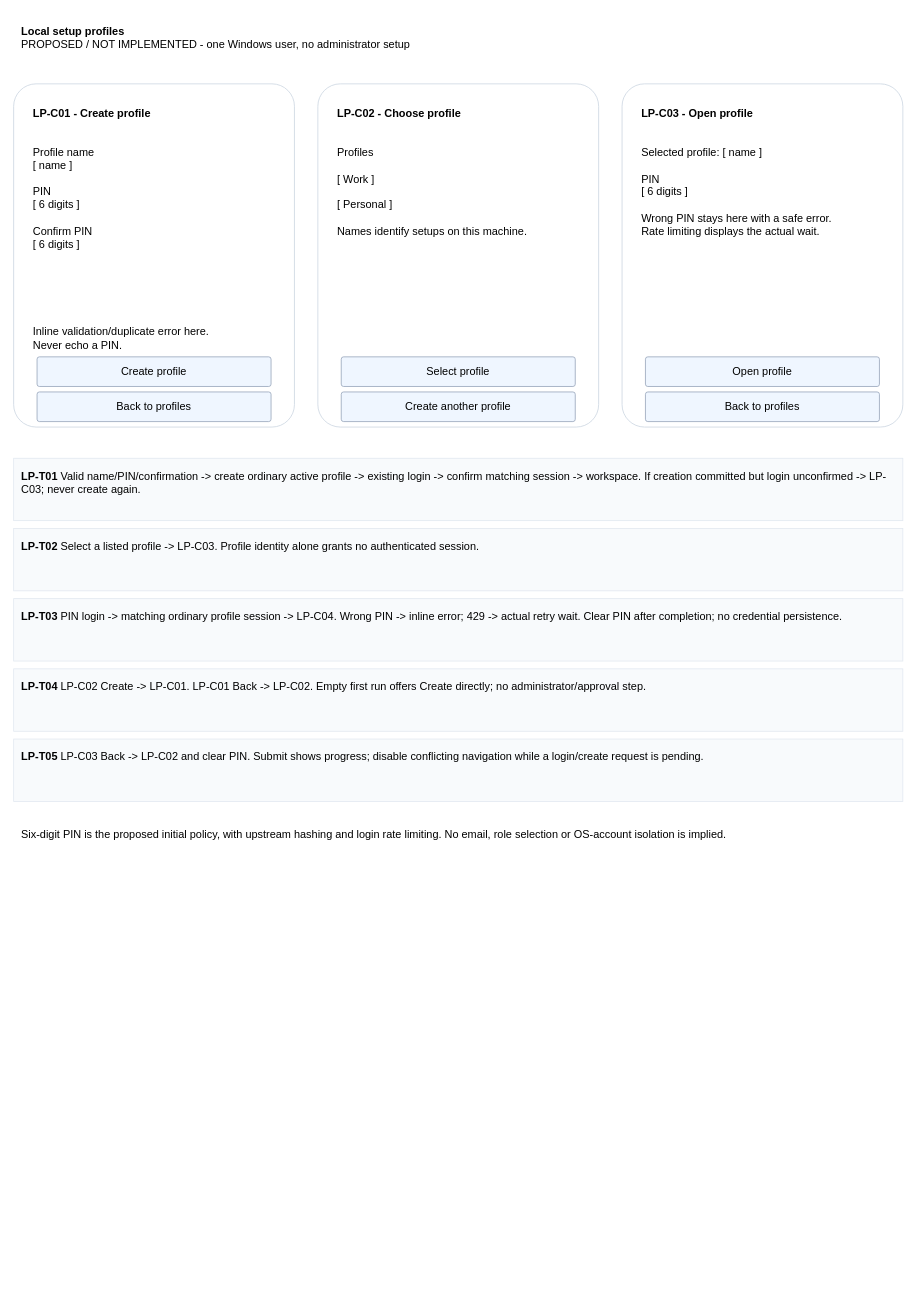
This is page "Create and enter a local profile" (1 of 2) of projects/laomedo/subsystems/agent-execution/design/local-profiles.drawio from amadou-6e/specs, a draw.io file, before an edit. Source tidied: cells renumbered, new cells numbered last; positions are measured from the earlier drawing's top-left corner, leaving out a move shared by most shapes. Both pictures are drawn from the tidied source at 78%, with x=0, y=0 at pixel (13, 13).
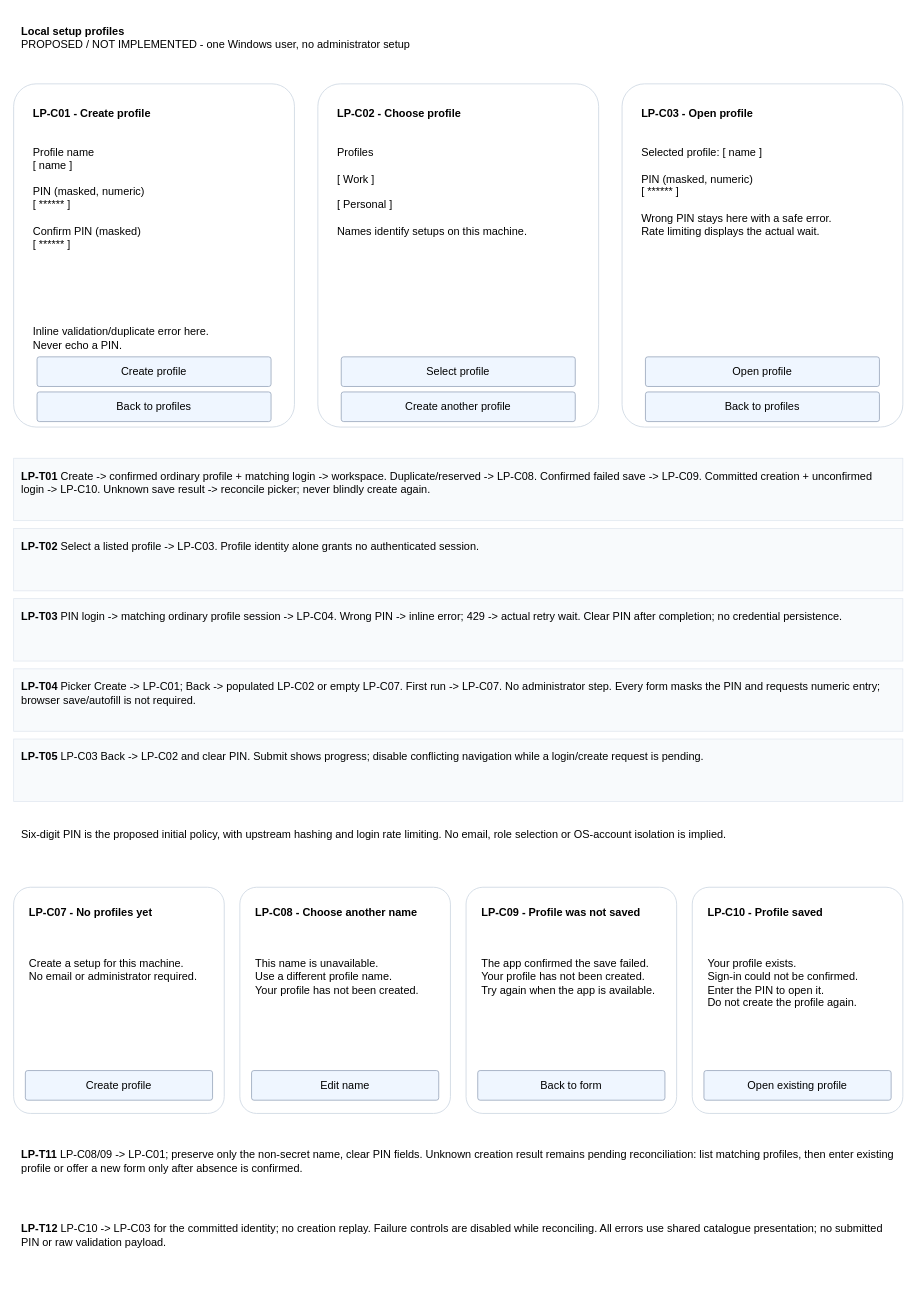
Above is the later version.

Commit message (it also covers changes not shown here):
Clarify local profile startup and recovery states

What changed in the source:
```diff
@@
-    <mxCell id="9" value="Profile name&lt;br&gt;[ name ]&lt;br&gt;&lt;br&gt;PIN&lt;br&gt;[ 6 digits ]&lt;br&gt;&lt;br&gt;Confirm PIN&lt;br&gt;[ 6 digits ]" style="whiteSpace=wrap;html=1;fontFamily=Arial;fontSize=14;align=left;verticalAlign=top;spacing=10;fillColor=none;strokeColor=none;" parent="1" vertex="1">
+    <mxCell id="9" value="Profile name&lt;br&gt;[ name ]&lt;br&gt;&lt;br&gt;PIN (masked, numeric)&lt;br&gt;[ ****** ]&lt;br&gt;&lt;br&gt;Confirm PIN (masked)&lt;br&gt;[ ****** ]" style="whiteSpace=wrap;html=1;fontFamily=Arial;fontSize=14;align=left;verticalAlign=top;spacing=10;fillColor=none;strokeColor=none;" parent="1" vertex="1">
       <mxGeometry x="15" y="155" width="330" height="225" as="geometry" />
     </mxCell>
@@
-    <mxCell id="16" value="Selected profile: [ name ]&lt;br&gt;&lt;br&gt;PIN&lt;br&gt;[ 6 digits ]&lt;br&gt;&lt;br&gt;Wrong PIN stays here with a safe error.&lt;br&gt;Rate limiting displays the actual wait." style="whiteSpace=wrap;html=1;fontFamily=Arial;fontSize=14;align=left;verticalAlign=top;spacing=10;fillColor=none;strokeColor=none;" parent="1" vertex="1">
+    <mxCell id="16" value="Selected profile: [ name ]&lt;br&gt;&lt;br&gt;PIN (masked, numeric)&lt;br&gt;[ ****** ]&lt;br&gt;&lt;br&gt;Wrong PIN stays here with a safe error.&lt;br&gt;Rate limiting displays the actual wait." style="whiteSpace=wrap;html=1;fontFamily=Arial;fontSize=14;align=left;verticalAlign=top;spacing=10;fillColor=none;strokeColor=none;" parent="1" vertex="1">
       <mxGeometry x="795" y="155" width="330" height="230" as="geometry" />
     </mxCell>
@@
-    <mxCell id="19" value="&lt;b&gt;LP-T01&lt;/b&gt; Valid name/PIN/confirmation -&gt; create ordinary active profile -&gt; existing login -&gt; confirm matching session -&gt; workspace. If creation committed but login unconfirmed -&gt; LP-C03; never create again." style="whiteSpace=wrap;html=1;fontFamily=Arial;fontSize=14;align=left;verticalAlign=top;spacing=10;fillColor=#F8FAFC;strokeColor=#E2E8F0;" parent="1" vertex="1">
+    <mxCell id="19" value="&lt;b&gt;LP-T01&lt;/b&gt; Create -&gt; confirmed ordinary profile + matching login -&gt; workspace. Duplicate/reserved -&gt; LP-C08. Confirmed failed save -&gt; LP-C09. Committed creation + unconfirmed login -&gt; LP-C10. Unknown save result -&gt; reconcile picker; never blindly create again." style="whiteSpace=wrap;html=1;fontFamily=Arial;fontSize=14;align=left;verticalAlign=top;spacing=10;fillColor=#F8FAFC;strokeColor=#E2E8F0;" parent="1" vertex="1">
       <mxGeometry y="570" width="1140" height="80" as="geometry" />
     </mxCell>
@@
-    <mxCell id="22" value="&lt;b&gt;LP-T04&lt;/b&gt; LP-C02 Create -&gt; LP-C01. LP-C01 Back -&gt; LP-C02. Empty first run offers Create directly; no administrator/approval step." style="whiteSpace=wrap;html=1;fontFamily=Arial;fontSize=14;align=left;verticalAlign=top;spacing=10;fillColor=#F8FAFC;strokeColor=#E2E8F0;" parent="1" vertex="1">
+    <mxCell id="22" value="&lt;b&gt;LP-T04&lt;/b&gt; Picker Create -&gt; LP-C01; Back -&gt; populated LP-C02 or empty LP-C07. First run -&gt; LP-C07. No administrator step. Every form masks the PIN and requests numeric entry; browser save/autofill is not required." style="whiteSpace=wrap;html=1;fontFamily=Arial;fontSize=14;align=left;verticalAlign=top;spacing=10;fillColor=#F8FAFC;strokeColor=#E2E8F0;" parent="1" vertex="1">
       <mxGeometry y="840" width="1140" height="80" as="geometry" />
     </mxCell>
@@
+    <mxCell id="25" style="whiteSpace=wrap;html=1;fontFamily=Arial;fontSize=14;align=left;verticalAlign=top;spacing=10;rounded=1;arcSize=8;fillColor=#FFFFFF;strokeColor=#CBD5E1;" parent="1" vertex="1">
+      <mxGeometry y="1120" width="270" height="290" as="geometry" />
+    </mxCell>
+    <mxCell id="26" value="&lt;b&gt;LP-C07 - No profiles yet&lt;/b&gt;" style="whiteSpace=wrap;html=1;fontFamily=Arial;fontSize=14;align=left;verticalAlign=top;spacing=10;fillColor=none;strokeColor=none;" parent="1" vertex="1">
+      <mxGeometry x="10" y="1130" width="250" height="60" as="geometry" />
+    </mxCell>
+    <mxCell id="27" value="Create a setup for this machine.&lt;br&gt;No email or administrator required." style="whiteSpace=wrap;html=1;fontFamily=Arial;fontSize=14;align=left;verticalAlign=top;spacing=10;fillColor=none;strokeColor=none;" parent="1" vertex="1">
+      <mxGeometry x="10" y="1195" width="250" height="140" as="geometry" />
+    </mxCell>
+    <mxCell id="28" value="Create profile" style="whiteSpace=wrap;html=1;fontFamily=Arial;fontSize=14;align=left;verticalAlign=top;spacing=10;rounded=1;arcSize=8;align=center;verticalAlign=middle;fillColor=#EFF6FF;strokeColor=#94A3B8;" parent="1" vertex="1">
+      <mxGeometry x="15" y="1355" width="240" height="38" as="geometry" />
+    </mxCell>
+    <mxCell id="29" style="whiteSpace=wrap;html=1;fontFamily=Arial;fontSize=14;align=left;verticalAlign=top;spacing=10;rounded=1;arcSize=8;fillColor=#FFFFFF;strokeColor=#CBD5E1;" parent="1" vertex="1">
+      <mxGeometry x="290" y="1120" width="270" height="290" as="geometry" />
+    </mxCell>
+    <mxCell id="30" value="&lt;b&gt;LP-C08 - Choose another name&lt;/b&gt;" style="whiteSpace=wrap;html=1;fontFamily=Arial;fontSize=14;align=left;verticalAlign=top;spacing=10;fillColor=none;strokeColor=none;" parent="1" vertex="1">
+      <mxGeometry x="300" y="1130" width="250" height="60" as="geometry" />
+    </mxCell>
+    <mxCell id="31" value="This name is unavailable.&lt;br&gt;Use a different profile name.&lt;br&gt;Your profile has not been created." style="whiteSpace=wrap;html=1;fontFamily=Arial;fontSize=14;align=left;verticalAlign=top;spacing=10;fillColor=none;strokeColor=none;" parent="1" vertex="1">
+      <mxGeometry x="300" y="1195" width="250" height="140" as="geometry" />
+    </mxCell>
+    <mxCell id="32" value="Edit name" style="whiteSpace=wrap;html=1;fontFamily=Arial;fontSize=14;align=left;verticalAlign=top;spacing=10;rounded=1;arcSize=8;align=center;verticalAlign=middle;fillColor=#EFF6FF;strokeColor=#94A3B8;" parent="1" vertex="1">
+      <mxGeometry x="305" y="1355" width="240" height="38" as="geometry" />
+    </mxCell>
+    <mxCell id="33" style="whiteSpace=wrap;html=1;fontFamily=Arial;fontSize=14;align=left;verticalAlign=top;spacing=10;rounded=1;arcSize=8;fillColor=#FFFFFF;strokeColor=#CBD5E1;" parent="1" vertex="1">
+      <mxGeometry x="580" y="1120" width="270" height="290" as="geometry" />
+    </mxCell>
+    <mxCell id="34" value="&lt;b&gt;LP-C09 - Profile was not saved&lt;/b&gt;" style="whiteSpace=wrap;html=1;fontFamily=Arial;fontSize=14;align=left;verticalAlign=top;spacing=10;fillColor=none;strokeColor=none;" parent="1" vertex="1">
+      <mxGeometry x="590" y="1130" width="250" height="60" as="geometry" />
+    </mxCell>
+    <mxCell id="35" value="The app confirmed the save failed.&lt;br&gt;Your profile has not been created.&lt;br&gt;Try again when the app is available." style="whiteSpace=wrap;html=1;fontFamily=Arial;fontSize=14;align=left;verticalAlign=top;spacing=10;fillColor=none;strokeColor=none;" parent="1" vertex="1">
+      <mxGeometry x="590" y="1195" width="250" height="140" as="geometry" />
+    </mxCell>
+    <mxCell id="36" value="Back to form" style="whiteSpace=wrap;html=1;fontFamily=Arial;fontSize=14;align=left;verticalAlign=top;spacing=10;rounded=1;arcSize=8;align=center;verticalAlign=middle;fillColor=#EFF6FF;strokeColor=#94A3B8;" parent="1" vertex="1">
+      <mxGeometry x="595" y="1355" width="240" height="38" as="geometry" />
+    </mxCell>
+    <mxCell id="37" style="whiteSpace=wrap;html=1;fontFamily=Arial;fontSize=14;align=left;verticalAlign=top;spacing=10;rounded=1;arcSize=8;fillColor=#FFFFFF;strokeColor=#CBD5E1;" parent="1" vertex="1">
+      <mxGeometry x="870" y="1120" width="270" height="290" as="geometry" />
+    </mxCell>
+    <mxCell id="38" value="&lt;b&gt;LP-C10 - Profile saved&lt;/b&gt;" style="whiteSpace=wrap;html=1;fontFamily=Arial;fontSize=14;align=left;verticalAlign=top;spacing=10;fillColor=none;strokeColor=none;" parent="1" vertex="1">
+      <mxGeometry x="880" y="1130" width="250" height="60" as="geometry" />
+    </mxCell>
+    <mxCell id="39" value="Your profile exists.&lt;br&gt;Sign-in could not be confirmed.&lt;br&gt;Enter the PIN to open it.&lt;br&gt;Do not create the profile again." style="whiteSpace=wrap;html=1;fontFamily=Arial;fontSize=14;align=left;verticalAlign=top;spacing=10;fillColor=none;strokeColor=none;" parent="1" vertex="1">
+      <mxGeometry x="880" y="1195" width="250" height="140" as="geometry" />
+    </mxCell>
+    <mxCell id="40" value="Open existing profile" style="whiteSpace=wrap;html=1;fontFamily=Arial;fontSize=14;align=left;verticalAlign=top;spacing=10;rounded=1;arcSize=8;align=center;verticalAlign=middle;fillColor=#EFF6FF;strokeColor=#94A3B8;" parent="1" vertex="1">
+      <mxGeometry x="885" y="1355" width="240" height="38" as="geometry" />
+    </mxCell>
+    <mxCell id="41" value="&lt;b&gt;LP-T11&lt;/b&gt; LP-C08/09 -&gt; LP-C01; preserve only the non-secret name, clear PIN fields. Unknown creation result remains pending reconciliation: list matching profiles, then enter existing profile or offer a new form only after absence is confirmed." style="whiteSpace=wrap;html=1;fontFamily=Arial;fontSize=14;align=left;verticalAlign=top;spacing=10;fillColor=none;strokeColor=none;" parent="1" vertex="1">
+      <mxGeometry y="1440" width="1140" height="85" as="geometry" />
+    </mxCell>
+    <mxCell id="42" value="&lt;b&gt;LP-T12&lt;/b&gt; LP-C10 -&gt; LP-C03 for the committed identity; no creation replay. Failure controls are disabled while reconciling. All errors use shared catalogue presentation; no submitted PIN or raw validation payload." style="whiteSpace=wrap;html=1;fontFamily=Arial;fontSize=14;align=left;verticalAlign=top;spacing=10;fillColor=none;strokeColor=none;" parent="1" vertex="1">
+      <mxGeometry y="1535" width="1140" height="85" as="geometry" />
+    </mxCell>
```
